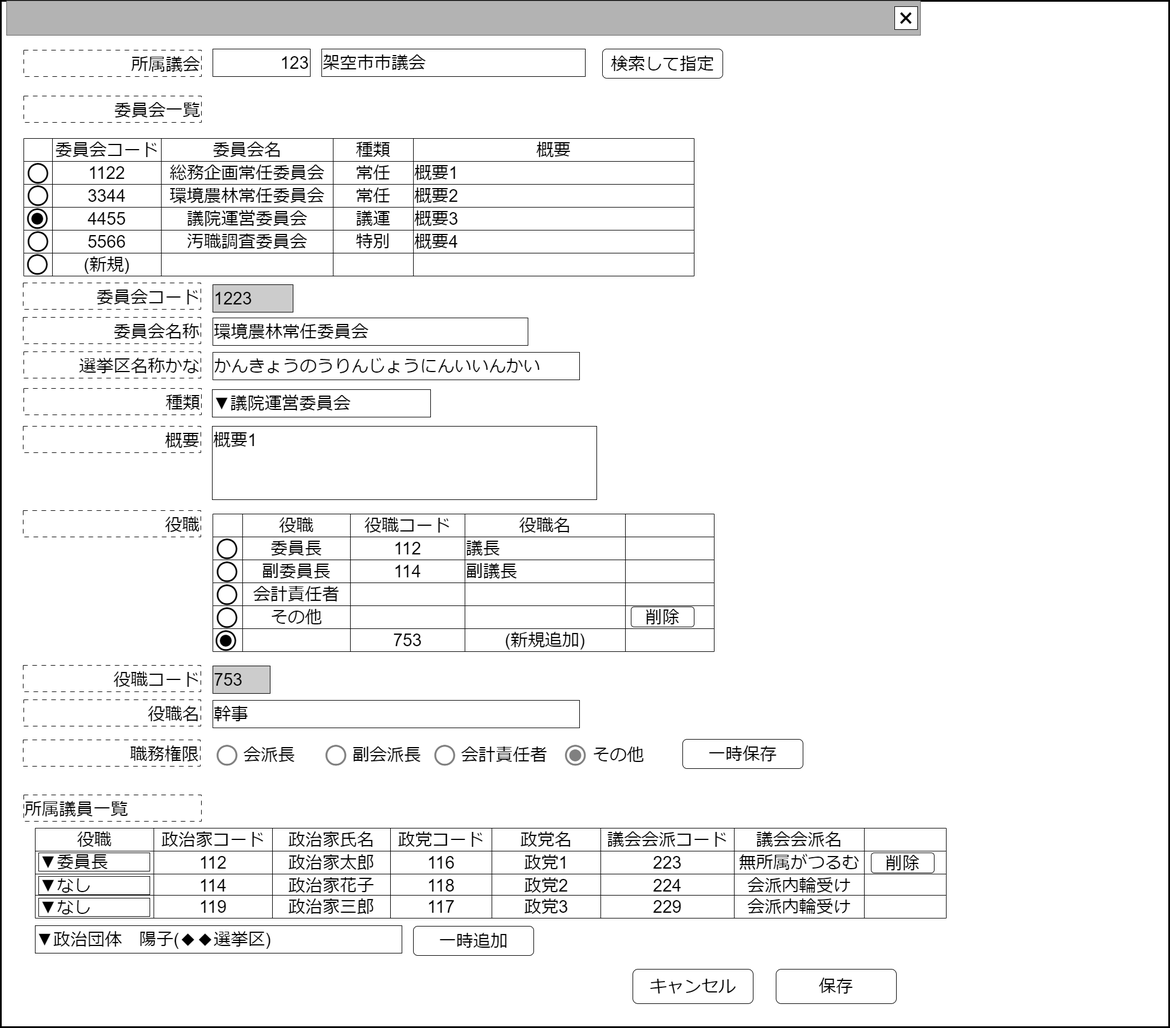
Before: docs/common/front/input_parliament_comittee/image/議会内委員会入力.drawio.png, a diagram exported from draw.io (chiwa2023/investigate-politician-balance-report). Source tidied: cells renumbered, new cells last; positions are measured from the earlier drawing's top-left corner, leaving out a move shared by most shapes.
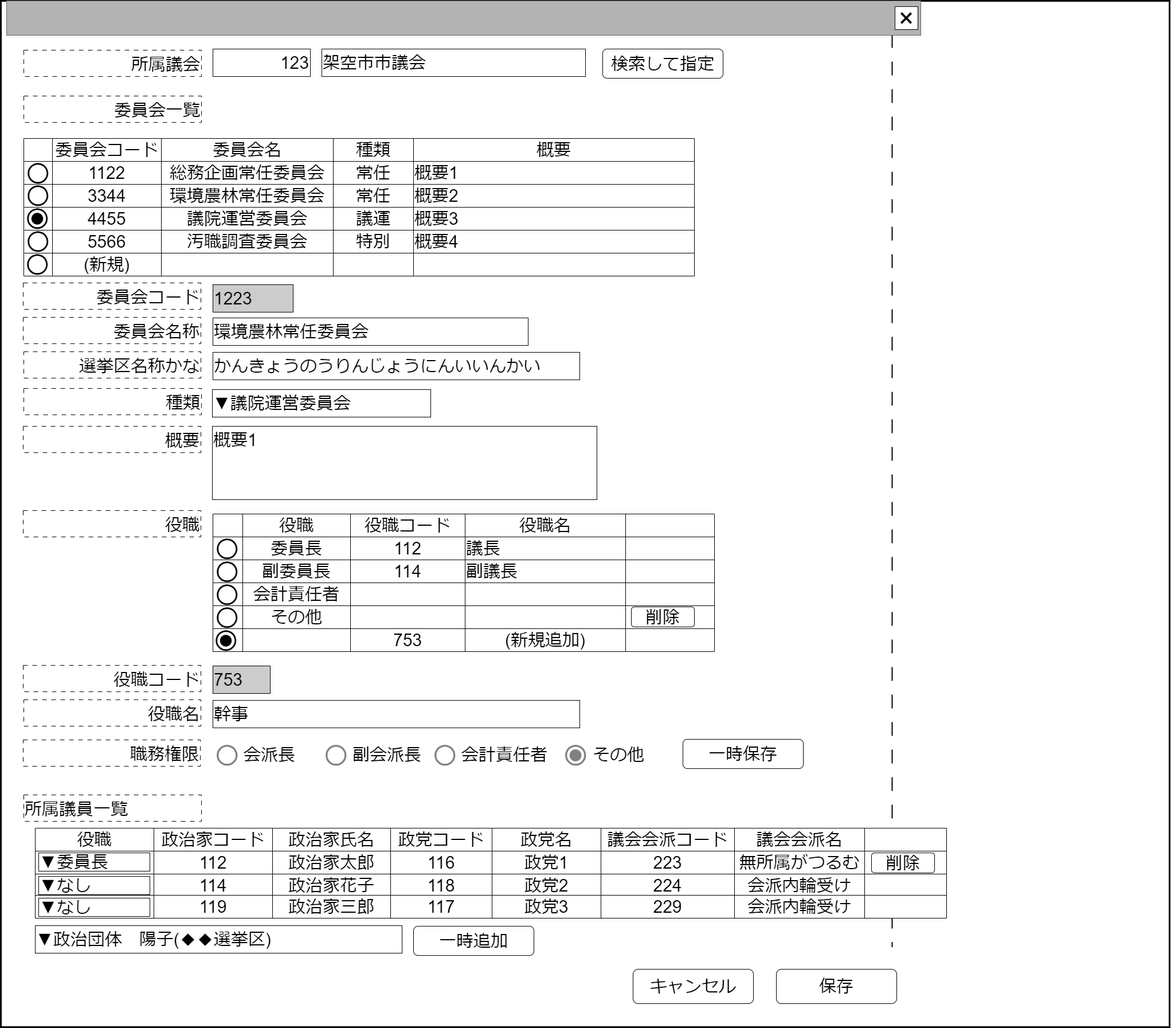
The same diagram one commit later.

Change to the diagram source:
```diff
@@ -5,6 +5,9 @@
     <mxCell id="2" style="rounded=0;whiteSpace=wrap;html=1;strokeWidth=3;" parent="1" vertex="1">
       <mxGeometry width="2039" height="1790" as="geometry" />
     </mxCell>
+    <mxCell id="175" style="line;strokeWidth=2;direction=south;html=1;dashed=1;dashPattern=12 12;" parent="1" vertex="1">
+      <mxGeometry x="1550" y="10" width="10" height="1640" as="geometry" />
+    </mxCell>
     <mxCell id="3" style="rounded=0;whiteSpace=wrap;html=1;fillColor=#B3B3B3;fontColor=#333333;strokeColor=#666666;" parent="1" vertex="1">
       <mxGeometry x="10" width="1595" height="60" as="geometry" />
     </mxCell>
```
